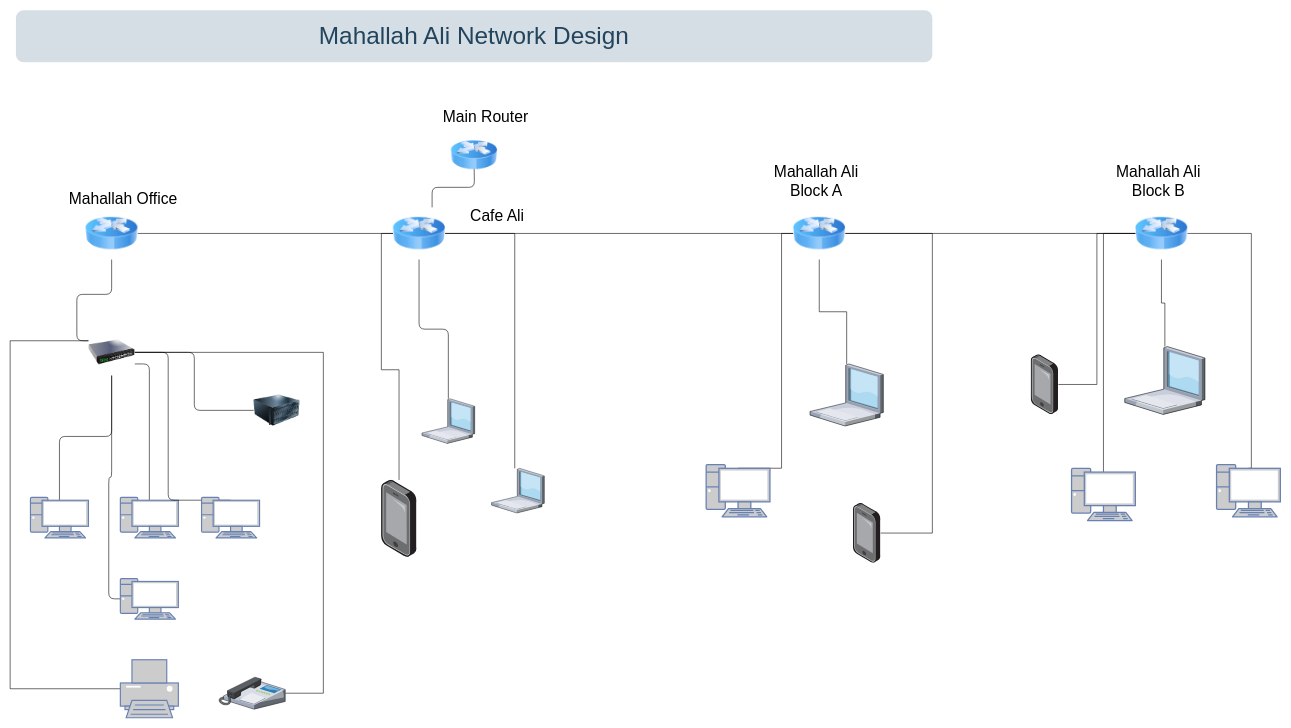
Before: Untitled Diagram.drawio in lukmanul96/gitworkshop, a draw.io diagram. Source tidied: cells renumbered, new cells numbered last; positions are measured from the earlier drawing's top-left corner, leaving out a move shared by most shapes. Both pictures are drawn from the tidied source at 58%, with x=0, y=0 at pixel (10, 10).
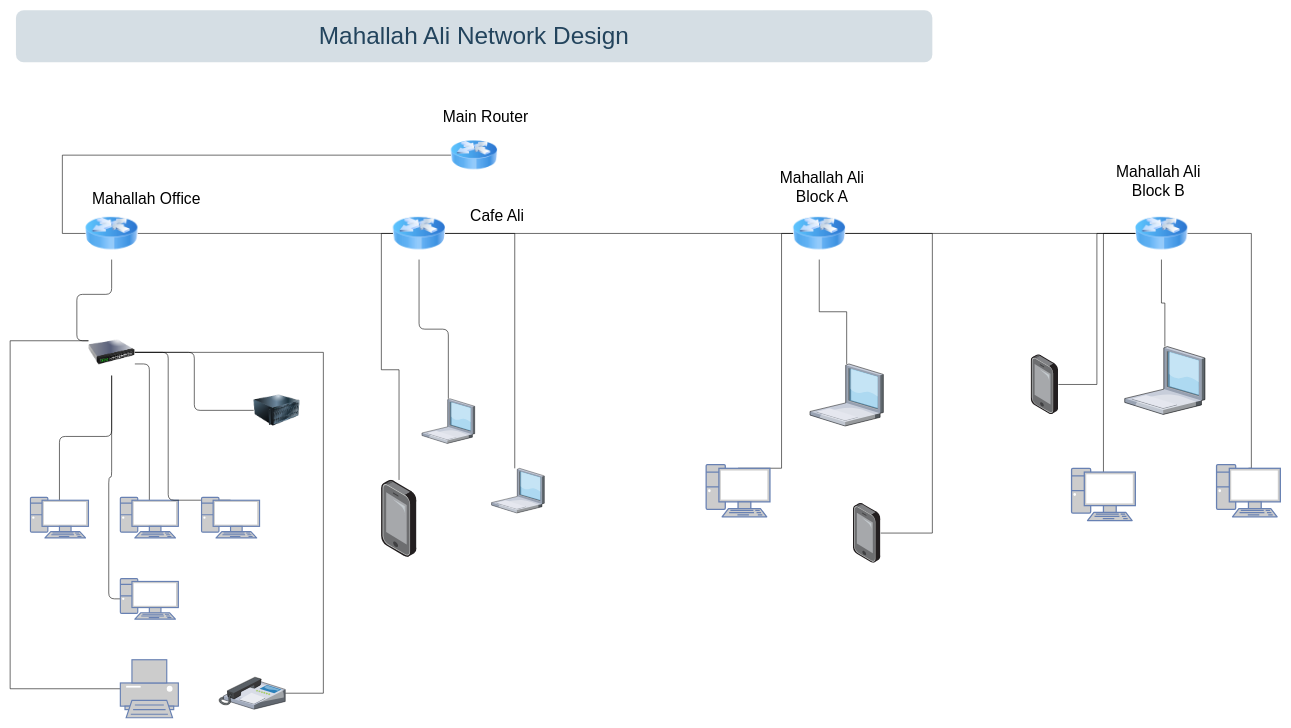
After the change.

The change refers to these unchanged cells:
```xml
<mxCell id="4" style="image;html=1;image=img/lib/clip_art/networking/Router_Icon_128x128.png;" parent="1" vertex="1">
  <mxGeometry x="130" y="340" width="90" height="90" as="geometry" />
</mxCell>
<mxCell id="7" style="image;html=1;image=img/lib/clip_art/networking/Router_Icon_128x128.png;" parent="1" vertex="1">
  <mxGeometry x="660" y="340" width="90" height="90" as="geometry" />
</mxCell>
<mxCell id="27" style="image;html=1;image=img/lib/clip_art/networking/Router_Icon_128x128.png;" parent="1" vertex="1">
  <mxGeometry x="760" y="210" width="80" height="80" as="geometry" />
</mxCell>
```

Change to the diagram source:
```diff
@@
-    <mxCell id="26" style="edgeStyle=orthogonalEdgeStyle;rounded=1;jettySize=auto;html=1;exitX=0.75;exitY=0;exitDx=0;exitDy=0;endArrow=none;endFill=0;" parent="1" edge="1" source="7">
-      <mxGeometry relative="1" as="geometry">
-        <mxPoint x="800" y="270" as="targetPoint" />
-      </mxGeometry>
-    </mxCell>
+    <mxCell id="53" style="edgeStyle=orthogonalEdgeStyle;rounded=0;jettySize=auto;html=1;exitX=0;exitY=0.5;exitDx=0;exitDy=0;endArrow=none;endFill=0;" parent="1" edge="1" source="27" target="4">
+      <mxGeometry relative="1" as="geometry">
+        <Array as="points">
+          <mxPoint x="90" y="250" />
+          <mxPoint x="90" y="385" />
+        </Array>
+      </mxGeometry>
+    </mxCell>
@@
     <mxCell id="29" value="Mahallah Office" style="text;html=1;strokeColor=none;fillColor=none;align=center;verticalAlign=middle;whiteSpace=wrap;rounded=0;fontSize=27;" parent="1" vertex="1">
-      <mxGeometry x="80" y="310" width="230" height="30" as="geometry" />
+      <mxGeometry x="120" y="310" width="230" height="30" as="geometry" />
     </mxCell>
@@
     <mxCell id="31" value="Mahallah Ali Block A" style="text;html=1;strokeColor=none;fillColor=none;align=center;verticalAlign=middle;whiteSpace=wrap;rounded=0;fontSize=27;" parent="1" vertex="1">
-      <mxGeometry x="1310" y="280" width="160" height="30" as="geometry" />
+      <mxGeometry x="1320" y="290" width="160" height="30" as="geometry" />
     </mxCell>
```
